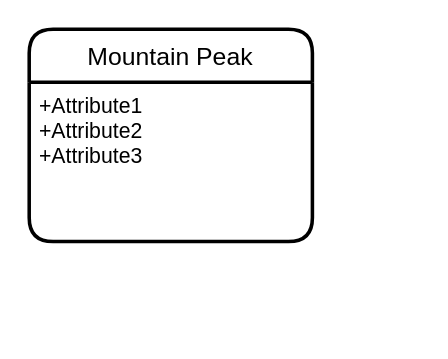
Above: astra-QR-client/Untitled Diagram.drawio in Leelakrishna2091997/astraCloud-client (draw.io), before the change. Source tidied: cells renumbered, new cells numbered last; positions are measured from the earlier drawing's top-left corner, leaving out a move shared by most shapes. Both pictures are drawn from the tidied source at 177%, with x=0, y=0 at pixel (28, 28).
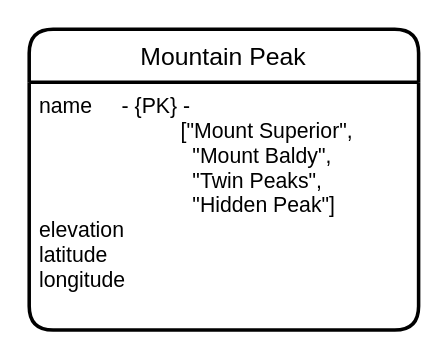
Above is the later version.

Commit message:
DBMS Lab2 - Pb3

Diff of the diagram source:
```diff
@@
 <mxGraphModel>
   <root>
     <mxCell id="0" />
     <mxCell id="1" parent="0" />
     <mxCell id="2" value="Mountain Peak" style="swimlane;horizontal=1;startSize=30;rounded=1;fontSize=14;fontStyle=0;strokeWidth=2;shadow=0;dashed=0;align=center;" parent="1" vertex="1">
-      <mxGeometry width="160" height="120" as="geometry" />
+      <mxGeometry width="220" height="170" as="geometry" />
     </mxCell>
-    <mxCell id="3" value="+Attribute1&#10;+Attribute2&#10;+Attribute3" style="align=left;strokeColor=none;fillColor=none;spacingLeft=4;fontSize=12;verticalAlign=top;" parent="2" vertex="1">
-      <mxGeometry y="30" width="160" height="90" as="geometry" />
-    </mxCell>
+    <mxCell id="4" value="name     - {PK} - &#10;                        [&quot;Mount Superior&quot;, &#10;                          &quot;Mount Baldy&quot;, &#10;                          &quot;Twin Peaks&quot;, &#10;                          &quot;Hidden Peak&quot;]&#10;elevation&#10;latitude&#10;longitude&#10;" style="align=left;strokeColor=none;fillColor=none;spacingLeft=4;fontSize=12;verticalAlign=top;" parent="2" vertex="1">
+      <mxGeometry y="30" width="220" height="140" as="geometry" />
+    </mxCell>
   </root>
 </mxGraphModel>
```
